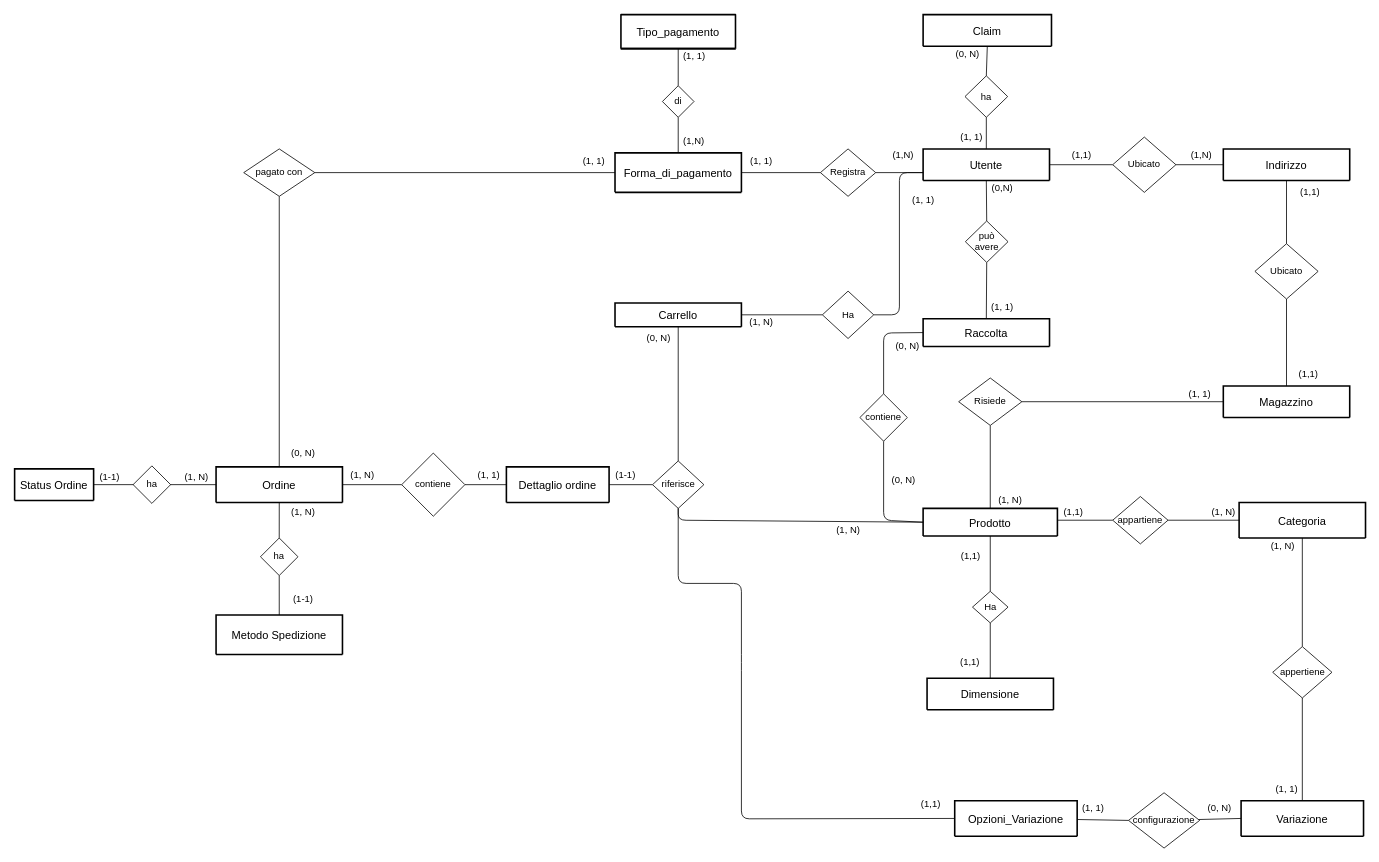
The draw.io diagram doc/schema_scheletro.drawio in EndriDomiUni/E-commerce, before the edit. Source tidied: cells renumbered, new cells numbered last; positions are measured from the earlier drawing's top-left corner, leaving out a move shared by most shapes. Both pictures are drawn from the tidied source at 79%, with x=0, y=0 at pixel (14, 14).
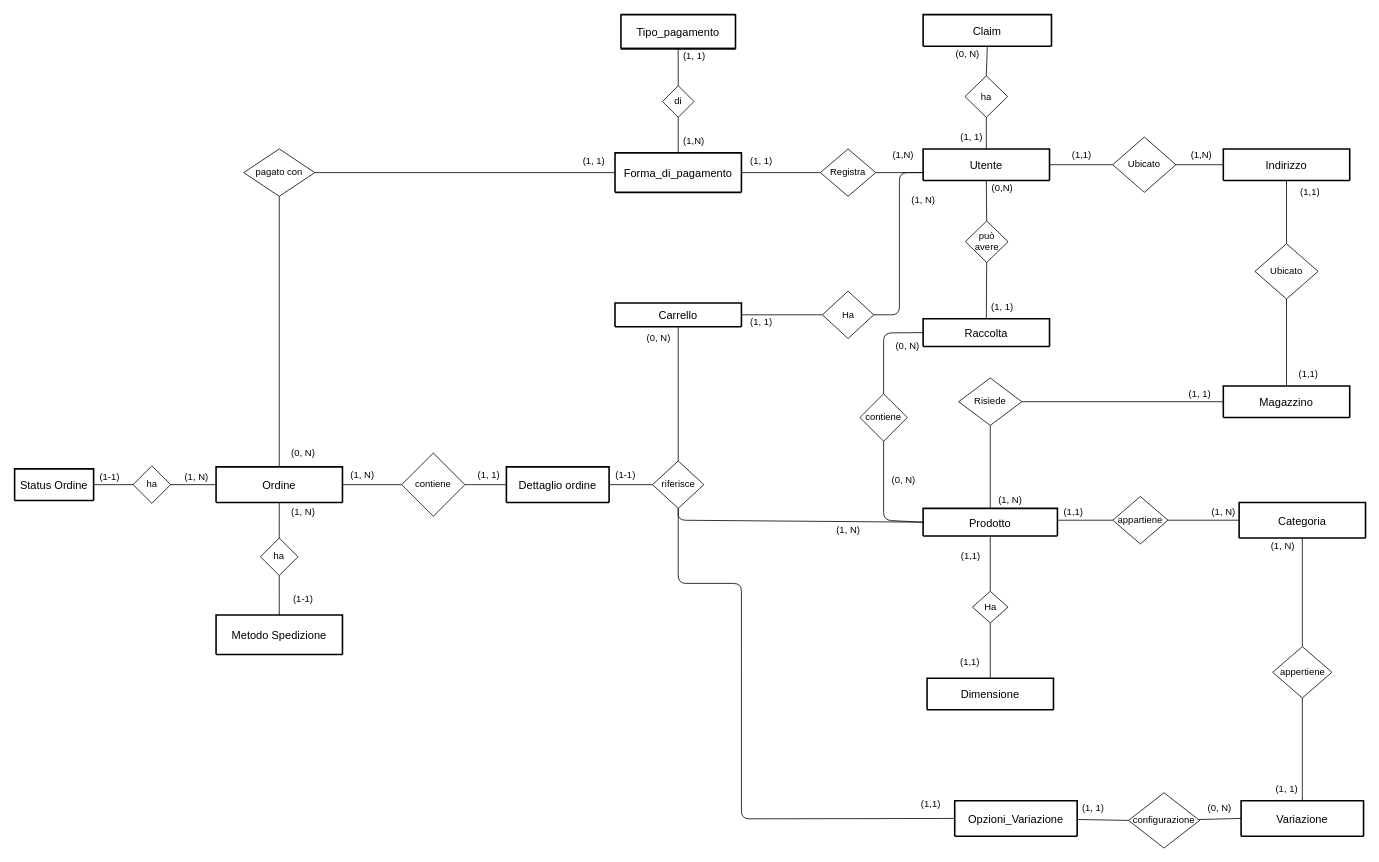
The same page after the edit.

The edit, as a diff of the source:
```diff
@@
-    <mxCell id="85" value="(1, 1)" style="text;html=1;align=center;verticalAlign=middle;strokeColor=none;fillColor=none;" parent="1" vertex="1">
-      <mxGeometry x="1130" y="225" width="40" height="20" as="geometry" />
+    <mxCell id="85" value="(1, N)" style="text;html=1;align=center;verticalAlign=middle;strokeColor=none;fillColor=none;" parent="1" vertex="1">
+      <mxGeometry x="1125" y="225" width="50" height="20" as="geometry" />
     </mxCell>
@@
-    <mxCell id="88" value="(1, N)" style="text;html=1;align=center;verticalAlign=middle;strokeColor=none;fillColor=none;" parent="1" vertex="1">
-      <mxGeometry x="920" y="380" width="50" height="20" as="geometry" />
+    <mxCell id="88" value="(1, 1)" style="text;html=1;align=center;verticalAlign=middle;strokeColor=none;fillColor=none;" parent="1" vertex="1">
+      <mxGeometry x="925" y="380" width="40" height="20" as="geometry" />
     </mxCell>
```
